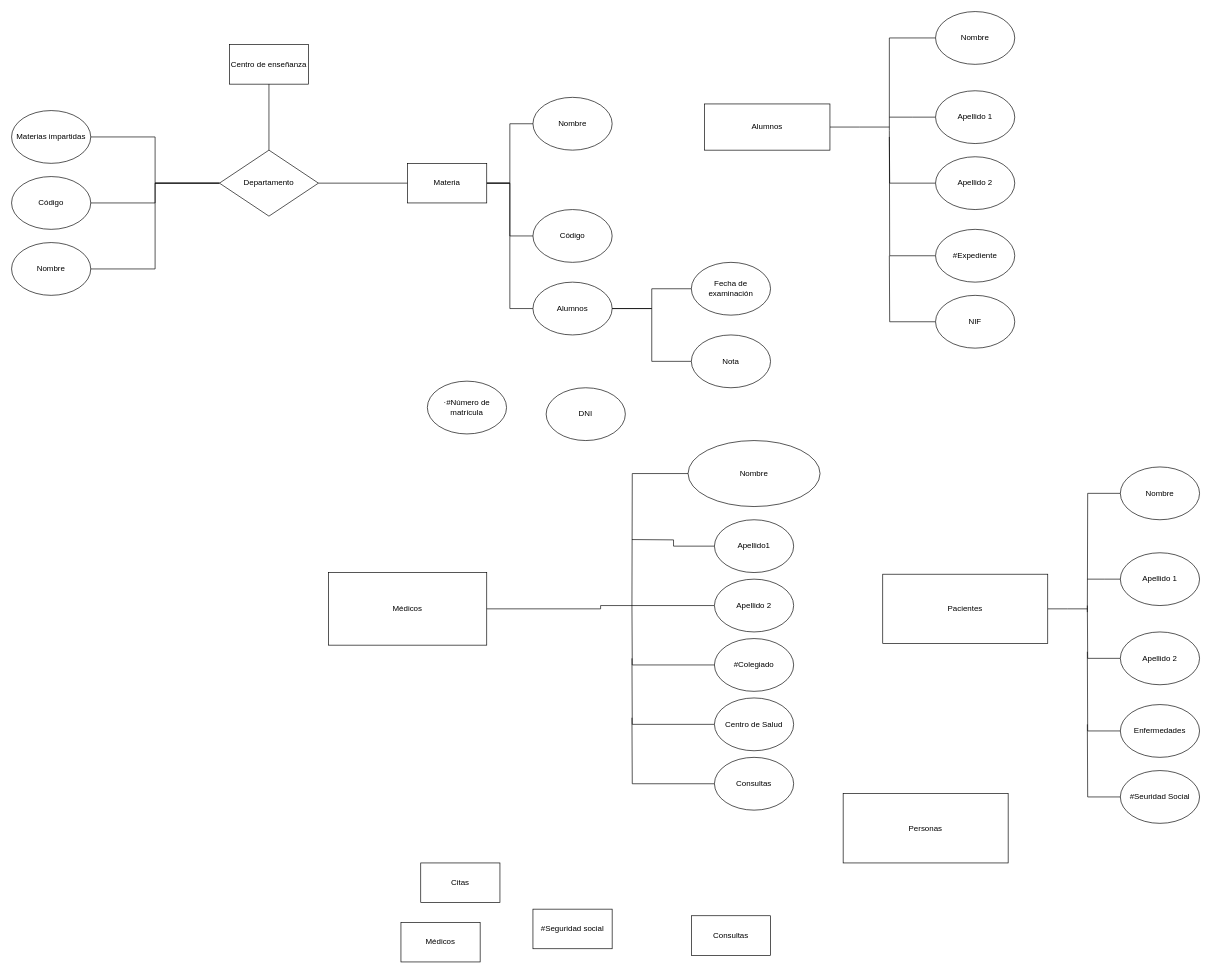
The draw.io diagram Introducción.drawio in HugoCaspoz/Bases-de-Datos-2021, before the edit. Source tidied: cells renumbered, new cells numbered last; positions are measured from the earlier drawing's top-left corner, leaving out a move shared by most shapes. Both pictures are drawn from the tidied source at 66%, with x=0, y=0 at pixel (11, 11).
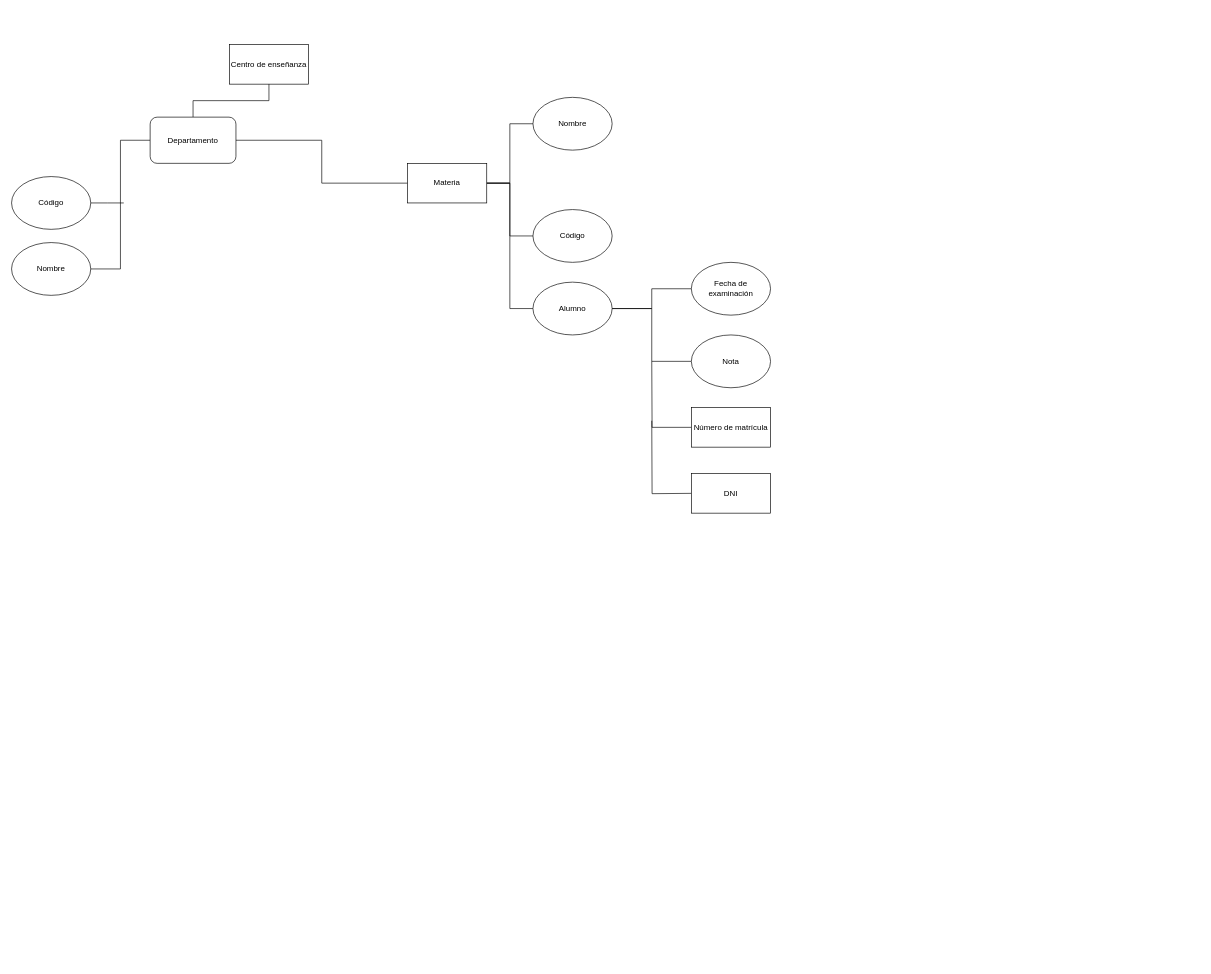
The same page after the edit.

Unchanged cells that the change refers to:
```xml
<mxCell id="44" value="Centro de enseñanza" style="rounded=0;whiteSpace=wrap;html=1;" parent="1" vertex="1">
  <mxGeometry x="330" y="50" width="120" height="60" as="geometry" />
</mxCell>
<mxCell id="52" value="Código" style="ellipse;whiteSpace=wrap;html=1;" parent="1" vertex="1">
  <mxGeometry y="250" width="120" height="80" as="geometry" />
</mxCell>
<mxCell id="53" value="Nombre" style="ellipse;whiteSpace=wrap;html=1;" parent="1" vertex="1">
  <mxGeometry y="350" width="120" height="80" as="geometry" />
</mxCell>
<mxCell id="58" value="Materia" style="rounded=0;whiteSpace=wrap;html=1;" parent="1" vertex="1">
  <mxGeometry x="600" y="230" width="120" height="60" as="geometry" />
</mxCell>
```

What changed in the source:
```diff
@@
-    <mxCell id="2" style="edgeStyle=orthogonalEdgeStyle;rounded=0;jettySize=auto;html=1;strokeColor=default;strokeWidth=1;endArrow=none;endFill=0;" parent="1" edge="1" source="3">
-      <mxGeometry relative="1" as="geometry">
-        <mxPoint x="1330" y="175" as="targetPoint" />
-      </mxGeometry>
-    </mxCell>
-    <mxCell id="3" value="Alumnos" style="rounded=0;whiteSpace=wrap;html=1;" parent="1" vertex="1">
-      <mxGeometry x="1050" y="140" width="190" height="70" as="geometry" />
-    </mxCell>
-    <mxCell id="4" style="edgeStyle=orthogonalEdgeStyle;rounded=0;jettySize=auto;html=1;strokeColor=default;strokeWidth=1;endArrow=none;endFill=0;" parent="1" edge="1" source="5">
-      <mxGeometry relative="1" as="geometry">
-        <mxPoint x="1330" y="160" as="targetPoint" />
-      </mxGeometry>
-    </mxCell>
-    <mxCell id="5" value="Apellido 1" style="ellipse;whiteSpace=wrap;html=1;" parent="1" vertex="1">
-      <mxGeometry x="1400" y="120" width="120" height="80" as="geometry" />
-    </mxCell>
-    <mxCell id="6" style="edgeStyle=orthogonalEdgeStyle;rounded=0;jettySize=auto;html=1;strokeColor=default;strokeWidth=1;endArrow=none;endFill=0;" parent="1" edge="1" source="7">
-      <mxGeometry relative="1" as="geometry">
-        <mxPoint x="1330" y="180" as="targetPoint" />
-        <Array as="points">
-          <mxPoint x="1330" y="40" />
-        </Array>
-      </mxGeometry>
-    </mxCell>
-    <mxCell id="7" value="Nombre" style="ellipse;whiteSpace=wrap;html=1;" parent="1" vertex="1">
-      <mxGeometry x="1400" width="120" height="80" as="geometry" />
-    </mxCell>
-    <mxCell id="8" style="edgeStyle=orthogonalEdgeStyle;rounded=0;jettySize=auto;html=1;strokeColor=default;strokeWidth=1;endArrow=none;endFill=0;" parent="1" edge="1" source="9">
-      <mxGeometry relative="1" as="geometry">
-        <mxPoint x="1330" y="190" as="targetPoint" />
-      </mxGeometry>
-    </mxCell>
-    <mxCell id="9" value="Apellido 2" style="ellipse;whiteSpace=wrap;html=1;" parent="1" vertex="1">
-      <mxGeometry x="1400" y="220" width="120" height="80" as="geometry" />
-    </mxCell>
-    <mxCell id="10" style="edgeStyle=orthogonalEdgeStyle;rounded=0;jettySize=auto;html=1;strokeColor=default;strokeWidth=1;endArrow=none;endFill=0;" parent="1" edge="1" source="11">
-      <mxGeometry relative="1" as="geometry">
-        <mxPoint x="1330" y="180" as="targetPoint" />
-      </mxGeometry>
-    </mxCell>
-    <mxCell id="11" value="#Expediente" style="ellipse;whiteSpace=wrap;html=1;" parent="1" vertex="1">
-      <mxGeometry x="1400" y="330" width="120" height="80" as="geometry" />
-    </mxCell>
-    <mxCell id="12" style="edgeStyle=orthogonalEdgeStyle;rounded=0;jettySize=auto;html=1;strokeColor=default;strokeWidth=1;endArrow=none;endFill=0;" parent="1" edge="1" source="13">
-      <mxGeometry relative="1" as="geometry">
-        <mxPoint x="1330" y="370" as="targetPoint" />
-      </mxGeometry>
-    </mxCell>
-    <mxCell id="13" value="NIF" style="ellipse;whiteSpace=wrap;html=1;" parent="1" vertex="1">
-      <mxGeometry x="1400" y="430" width="120" height="80" as="geometry" />
-    </mxCell>
-    <mxCell id="14" value="Médicos" style="rounded=0;whiteSpace=wrap;html=1;" parent="1" vertex="1">
-      <mxGeometry x="590" y="1380" width="120" height="60" as="geometry" />
-    </mxCell>
-    <mxCell id="15" style="edgeStyle=orthogonalEdgeStyle;rounded=0;jettySize=auto;html=1;endArrow=none;endFill=0;strokeColor=default;strokeWidth=1;" parent="1" edge="1" source="16">
-      <mxGeometry relative="1" as="geometry">
-        <mxPoint x="1630" y="905" as="targetPoint" />
-      </mxGeometry>
-    </mxCell>
-    <mxCell id="16" value="Pacientes" style="rounded=0;whiteSpace=wrap;html=1;" parent="1" vertex="1">
-      <mxGeometry x="1320" y="852.5" width="250" height="105" as="geometry" />
-    </mxCell>
-    <mxCell id="17" value="Citas" style="rounded=0;whiteSpace=wrap;html=1;" parent="1" vertex="1">
-      <mxGeometry x="620" y="1290" width="120" height="60" as="geometry" />
-    </mxCell>
-    <mxCell id="18" value="Consultas" style="rounded=0;whiteSpace=wrap;html=1;" parent="1" vertex="1">
-      <mxGeometry x="1030" y="1370" width="120" height="60" as="geometry" />
-    </mxCell>
-    <mxCell id="19" value="#Seguridad social" style="rounded=0;whiteSpace=wrap;html=1;" parent="1" vertex="1">
-      <mxGeometry x="790" y="1360" width="120" height="60" as="geometry" />
-    </mxCell>
-    <mxCell id="20" value="Médicos" style="rounded=0;whiteSpace=wrap;html=1;" parent="1" vertex="1">
-      <mxGeometry x="480" y="850" width="240" height="110" as="geometry" />
-    </mxCell>
-    <mxCell id="21" style="edgeStyle=orthogonalEdgeStyle;rounded=0;jettySize=auto;html=1;endArrow=none;endFill=0;strokeColor=default;strokeWidth=1;" parent="1" edge="1" source="22">
-      <mxGeometry relative="1" as="geometry">
-        <mxPoint x="940" y="900" as="targetPoint" />
-      </mxGeometry>
-    </mxCell>
-    <mxCell id="22" value="Nombre" style="ellipse;whiteSpace=wrap;html=1;" parent="1" vertex="1">
-      <mxGeometry x="1025" y="650" width="200" height="100" as="geometry" />
-    </mxCell>
-    <mxCell id="23" style="edgeStyle=orthogonalEdgeStyle;rounded=0;jettySize=auto;html=1;endArrow=none;endFill=0;strokeColor=default;strokeWidth=1;" parent="1" edge="1" source="24">
-      <mxGeometry relative="1" as="geometry">
-        <mxPoint x="940" y="900" as="targetPoint" />
-      </mxGeometry>
-    </mxCell>
-    <mxCell id="24" value="#Colegiado" style="ellipse;whiteSpace=wrap;html=1;" parent="1" vertex="1">
-      <mxGeometry x="1065" y="950" width="120" height="80" as="geometry" />
-    </mxCell>
-    <mxCell id="25" style="edgeStyle=orthogonalEdgeStyle;rounded=0;jettySize=auto;html=1;endArrow=none;endFill=0;strokeColor=default;strokeWidth=1;" parent="1" edge="1" source="26">
-      <mxGeometry relative="1" as="geometry">
-        <mxPoint x="940" y="980" as="targetPoint" />
-      </mxGeometry>
-    </mxCell>
-    <mxCell id="26" value="Centro de Salud" style="ellipse;whiteSpace=wrap;html=1;" parent="1" vertex="1">
-      <mxGeometry x="1065" y="1040" width="120" height="80" as="geometry" />
-    </mxCell>
-    <mxCell id="27" style="edgeStyle=orthogonalEdgeStyle;rounded=0;jettySize=auto;html=1;endArrow=none;endFill=0;strokeColor=default;strokeWidth=1;" parent="1" edge="1" source="28">
-      <mxGeometry relative="1" as="geometry">
-        <mxPoint x="940" y="1070" as="targetPoint" />
-      </mxGeometry>
-    </mxCell>
-    <mxCell id="28" value="Consultas" style="ellipse;whiteSpace=wrap;html=1;" parent="1" vertex="1">
-      <mxGeometry x="1065" y="1130" width="120" height="80" as="geometry" />
-    </mxCell>
-    <mxCell id="29" style="edgeStyle=orthogonalEdgeStyle;rounded=0;jettySize=auto;html=1;endArrow=none;endFill=0;strokeColor=default;strokeWidth=1;" parent="1" edge="1" source="30">
-      <mxGeometry relative="1" as="geometry">
-        <mxPoint x="940" y="800" as="targetPoint" />
-      </mxGeometry>
-    </mxCell>
-    <mxCell id="30" value="Apellido1" style="ellipse;whiteSpace=wrap;html=1;" parent="1" vertex="1">
-      <mxGeometry x="1065" y="770" width="120" height="80" as="geometry" />
-    </mxCell>
-    <mxCell id="31" style="edgeStyle=orthogonalEdgeStyle;rounded=0;jettySize=auto;html=1;entryX=1;entryY=0.5;entryDx=0;entryDy=0;endArrow=none;endFill=0;strokeColor=default;strokeWidth=1;" parent="1" edge="1" source="32" target="20">
-      <mxGeometry relative="1" as="geometry" />
-    </mxCell>
-    <mxCell id="32" value="Apellido 2" style="ellipse;whiteSpace=wrap;html=1;" parent="1" vertex="1">
-      <mxGeometry x="1065" y="860" width="120" height="80" as="geometry" />
-    </mxCell>
-    <mxCell id="33" style="edgeStyle=orthogonalEdgeStyle;rounded=0;jettySize=auto;html=1;endArrow=none;endFill=0;strokeColor=default;strokeWidth=1;" parent="1" edge="1" source="34">
-      <mxGeometry relative="1" as="geometry">
-        <mxPoint x="1630" y="910" as="targetPoint" />
-      </mxGeometry>
-    </mxCell>
-    <mxCell id="34" value="Nombre" style="ellipse;whiteSpace=wrap;html=1;" parent="1" vertex="1">
-      <mxGeometry x="1680" y="690" width="120" height="80" as="geometry" />
-    </mxCell>
-    <mxCell id="35" style="edgeStyle=orthogonalEdgeStyle;rounded=0;jettySize=auto;html=1;endArrow=none;endFill=0;strokeColor=default;strokeWidth=1;" parent="1" edge="1" source="36">
-      <mxGeometry relative="1" as="geometry">
-        <mxPoint x="1630" y="860" as="targetPoint" />
-      </mxGeometry>
-    </mxCell>
-    <mxCell id="36" value="Apellido 1" style="ellipse;whiteSpace=wrap;html=1;" parent="1" vertex="1">
-      <mxGeometry x="1680" y="820" width="120" height="80" as="geometry" />
-    </mxCell>
-    <mxCell id="37" style="edgeStyle=orthogonalEdgeStyle;rounded=0;jettySize=auto;html=1;endArrow=none;endFill=0;strokeColor=default;strokeWidth=1;" parent="1" edge="1" source="38">
-      <mxGeometry relative="1" as="geometry">
-        <mxPoint x="1630" y="900" as="targetPoint" />
-      </mxGeometry>
-    </mxCell>
-    <mxCell id="38" value="Apellido 2" style="ellipse;whiteSpace=wrap;html=1;" parent="1" vertex="1">
-      <mxGeometry x="1680" y="940" width="120" height="80" as="geometry" />
-    </mxCell>
-    <mxCell id="39" style="edgeStyle=orthogonalEdgeStyle;rounded=0;jettySize=auto;html=1;endArrow=none;endFill=0;strokeColor=default;strokeWidth=1;" parent="1" edge="1" source="40">
-      <mxGeometry relative="1" as="geometry">
-        <mxPoint x="1630" y="970" as="targetPoint" />
-      </mxGeometry>
-    </mxCell>
-    <mxCell id="40" value="Enfermedades" style="ellipse;whiteSpace=wrap;html=1;" parent="1" vertex="1">
-      <mxGeometry x="1680" y="1050" width="120" height="80" as="geometry" />
-    </mxCell>
-    <mxCell id="41" style="edgeStyle=orthogonalEdgeStyle;rounded=0;jettySize=auto;html=1;endArrow=none;endFill=0;strokeColor=default;strokeWidth=1;" parent="1" edge="1" source="42">
-      <mxGeometry relative="1" as="geometry">
-        <mxPoint x="1630" y="1080" as="targetPoint" />
-      </mxGeometry>
-    </mxCell>
-    <mxCell id="42" value="#Seuridad Social" style="ellipse;whiteSpace=wrap;html=1;" parent="1" vertex="1">
-      <mxGeometry x="1680" y="1150" width="120" height="80" as="geometry" />
-    </mxCell>
-    <mxCell id="43" value="Personas" style="rounded=0;whiteSpace=wrap;html=1;" parent="1" vertex="1">
-      <mxGeometry x="1260" y="1185" width="250" height="105" as="geometry" />
-    </mxCell>
@@
-    <mxCell id="45" style="edgeStyle=orthogonalEdgeStyle;rounded=0;jettySize=auto;html=1;entryX=1;entryY=0.5;entryDx=0;entryDy=0;endArrow=none;endFill=0;" parent="1" edge="1" source="50" target="51">
-      <mxGeometry relative="1" as="geometry" />
-    </mxCell>
-    <mxCell id="46" style="edgeStyle=orthogonalEdgeStyle;rounded=0;jettySize=auto;html=1;entryX=1;entryY=0.5;entryDx=0;entryDy=0;endArrow=none;endFill=0;" parent="1" edge="1" source="50" target="52">
-      <mxGeometry relative="1" as="geometry" />
-    </mxCell>
-    <mxCell id="47" style="edgeStyle=orthogonalEdgeStyle;rounded=0;jettySize=auto;html=1;entryX=1;entryY=0.5;entryDx=0;entryDy=0;endArrow=none;endFill=0;" parent="1" edge="1" source="50" target="53">
-      <mxGeometry relative="1" as="geometry" />
-    </mxCell>
-    <mxCell id="48" style="edgeStyle=orthogonalEdgeStyle;rounded=0;jettySize=auto;html=1;entryX=0.5;entryY=1;entryDx=0;entryDy=0;endArrow=none;endFill=0;" parent="1" edge="1" source="50" target="44">
+    <mxCell id="48" style="edgeStyle=orthogonalEdgeStyle;rounded=0;jettySize=auto;html=1;entryX=0.5;entryY=1;entryDx=0;entryDy=0;endArrow=none;endFill=0;exitX=0.5;exitY=0;exitDx=0;exitDy=0;" parent="1" edge="1" source="50" target="44">
       <mxGeometry relative="1" as="geometry" />
     </mxCell>
-    <mxCell id="49" style="edgeStyle=orthogonalEdgeStyle;rounded=0;jettySize=auto;html=1;entryX=0;entryY=0.5;entryDx=0;entryDy=0;endArrow=none;endFill=0;" parent="1" edge="1" source="50" target="58">
+    <mxCell id="49" style="edgeStyle=orthogonalEdgeStyle;rounded=0;jettySize=auto;html=1;entryX=0;entryY=0.5;entryDx=0;entryDy=0;endArrow=none;endFill=0;exitX=1;exitY=0.5;exitDx=0;exitDy=0;" parent="1" edge="1" source="50" target="58">
       <mxGeometry relative="1" as="geometry" />
     </mxCell>
-    <mxCell id="50" value="Departamento" style="rhombus;whiteSpace=wrap;html=1;" parent="1" vertex="1">
-      <mxGeometry x="315" y="210" width="150" height="100" as="geometry" />
-    </mxCell>
-    <mxCell id="51" value="Materias impartidas" style="ellipse;whiteSpace=wrap;html=1;" parent="1" vertex="1">
-      <mxGeometry y="150" width="120" height="80" as="geometry" />
-    </mxCell>
+    <mxCell id="67" style="edgeStyle=orthogonalEdgeStyle;rounded=0;jettySize=auto;html=1;endArrow=none;endFill=0;" parent="1" edge="1" source="52">
+      <mxGeometry relative="1" as="geometry">
+        <mxPoint x="170" y="290" as="targetPoint" />
+      </mxGeometry>
+    </mxCell>
@@
+    <mxCell id="68" style="edgeStyle=orthogonalEdgeStyle;rounded=0;jettySize=auto;html=1;entryX=0;entryY=0.5;entryDx=0;entryDy=0;endArrow=none;endFill=0;" parent="1" edge="1" source="53" target="50">
+      <mxGeometry relative="1" as="geometry" />
+    </mxCell>
@@
-    <mxCell id="61" value="Alumnos" style="ellipse;whiteSpace=wrap;html=1;" parent="1" vertex="1">
+    <mxCell id="61" value="Alumno" style="ellipse;whiteSpace=wrap;html=1;" parent="1" vertex="1">
       <mxGeometry x="790" y="410" width="120" height="80" as="geometry" />
     </mxCell>
-    <mxCell id="62" value="·#Número de matrícula" style="ellipse;whiteSpace=wrap;html=1;" parent="1" vertex="1">
-      <mxGeometry x="630" y="560" width="120" height="80" as="geometry" />
-    </mxCell>
-    <mxCell id="63" value="DNI" style="ellipse;whiteSpace=wrap;html=1;" parent="1" vertex="1">
-      <mxGeometry x="810" y="570" width="120" height="80" as="geometry" />
-    </mxCell>
+    <mxCell id="69" style="edgeStyle=orthogonalEdgeStyle;rounded=0;orthogonalLoop=1;jettySize=auto;html=1;endArrow=none;endFill=0;" parent="1" edge="1">
+      <mxGeometry relative="1" as="geometry">
+        <mxPoint x="1030" y="730" as="sourcePoint" />
+        <mxPoint x="970" y="620" as="targetPoint" />
+      </mxGeometry>
+    </mxCell>
@@
+    <mxCell id="50" value="Departamento" style="rounded=1;whiteSpace=wrap;html=1;" parent="1" vertex="1">
+      <mxGeometry x="210" y="160" width="130" height="70" as="geometry" />
+    </mxCell>
+    <mxCell id="70" style="edgeStyle=orthogonalEdgeStyle;rounded=0;jettySize=auto;html=1;endArrow=none;endFill=0;" parent="1" edge="1" source="71">
+      <mxGeometry relative="1" as="geometry">
+        <mxPoint x="970" y="530" as="targetPoint" />
+      </mxGeometry>
+    </mxCell>
+    <mxCell id="71" value="Número de matrícula" style="rounded=0;whiteSpace=wrap;html=1;" parent="1" vertex="1">
+      <mxGeometry x="1030" y="600" width="120" height="60" as="geometry" />
+    </mxCell>
+    <mxCell id="63" value="DNI" style="rounded=0;whiteSpace=wrap;html=1;" parent="1" vertex="1">
+      <mxGeometry x="1030" y="700" width="120" height="60" as="geometry" />
+    </mxCell>
```
